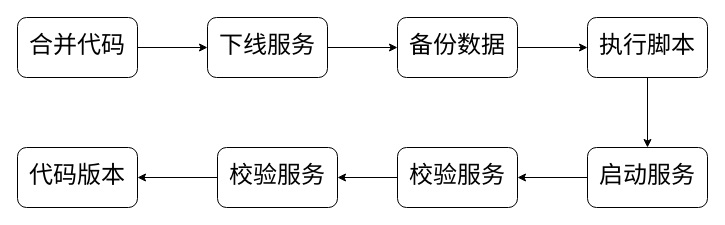
Earlier version of the draw.io diagram 未命名绘图.drawio (rockywade/draw). Source tidied: cells renumbered, new cells numbered last; positions are measured from the earlier drawing's top-left corner, leaving out a move shared by most shapes. Both pictures are drawn from the tidied source at 100%, with x=0, y=0 at pixel (17, 17).
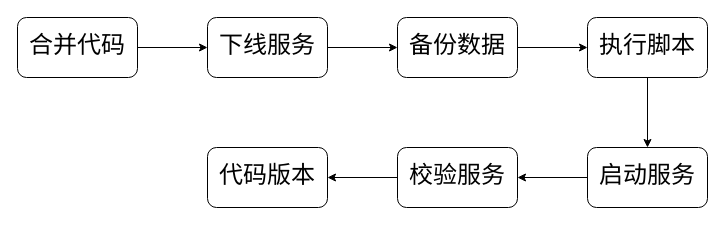
After the change.

Commit message (it also covers changes not shown here):
更新未命名绘图.drawio

Change to the diagram source:
```diff
@@
 <mxGraphModel>
   <root>
     <mxCell id="0" />
     <mxCell id="1" parent="0" />
     <mxCell id="2" style="edgeStyle=orthogonalEdgeStyle;rounded=0;jettySize=auto;html=1;exitX=1;exitY=0.5;exitDx=0;exitDy=0;entryX=0;entryY=0.5;entryDx=0;entryDy=0;fontFamily=Courier New;fontSize=24;" parent="1" edge="1" source="3" target="5">
       <mxGeometry relative="1" as="geometry" />
     </mxCell>
     <mxCell id="3" value="&lt;font style=&quot;font-size: 24px;&quot; face=&quot;Courier New&quot;&gt;合并代码&lt;/font&gt;" style="rounded=1;whiteSpace=wrap;html=1;" parent="1" vertex="1">
       <mxGeometry width="120" height="60" as="geometry" />
     </mxCell>
     <mxCell id="4" style="edgeStyle=orthogonalEdgeStyle;rounded=0;jettySize=auto;html=1;exitX=1;exitY=0.5;exitDx=0;exitDy=0;entryX=0;entryY=0.5;entryDx=0;entryDy=0;fontFamily=Courier New;fontSize=24;" parent="1" edge="1" source="5" target="7">
       <mxGeometry relative="1" as="geometry" />
     </mxCell>
     <mxCell id="5" value="&lt;font style=&quot;font-size: 24px;&quot; face=&quot;Courier New&quot;&gt;下线服务&lt;/font&gt;" style="rounded=1;whiteSpace=wrap;html=1;" parent="1" vertex="1">
       <mxGeometry x="190" width="120" height="60" as="geometry" />
     </mxCell>
     <mxCell id="6" style="edgeStyle=orthogonalEdgeStyle;rounded=0;jettySize=auto;html=1;exitX=1;exitY=0.5;exitDx=0;exitDy=0;entryX=0;entryY=0.5;entryDx=0;entryDy=0;fontFamily=Courier New;fontSize=24;" parent="1" edge="1" source="7" target="9">
       <mxGeometry relative="1" as="geometry" />
     </mxCell>
     <mxCell id="7" value="&lt;font style=&quot;font-size: 24px;&quot; face=&quot;Courier New&quot;&gt;备份数据&lt;/font&gt;" style="rounded=1;whiteSpace=wrap;html=1;" parent="1" vertex="1">
       <mxGeometry x="380" width="120" height="60" as="geometry" />
     </mxCell>
     <mxCell id="8" style="edgeStyle=orthogonalEdgeStyle;rounded=0;jettySize=auto;html=1;exitX=0.5;exitY=1;exitDx=0;exitDy=0;fontFamily=Courier New;fontSize=24;" parent="1" edge="1" source="9" target="11">
       <mxGeometry relative="1" as="geometry" />
     </mxCell>
     <mxCell id="9" value="&lt;font style=&quot;font-size: 24px;&quot; face=&quot;Courier New&quot;&gt;执行脚本&lt;/font&gt;" style="rounded=1;whiteSpace=wrap;html=1;" parent="1" vertex="1">
       <mxGeometry x="570" width="120" height="60" as="geometry" />
     </mxCell>
     <mxCell id="10" style="edgeStyle=orthogonalEdgeStyle;rounded=0;jettySize=auto;html=1;exitX=0;exitY=0.5;exitDx=0;exitDy=0;entryX=1;entryY=0.5;entryDx=0;entryDy=0;fontFamily=Courier New;fontSize=24;" parent="1" edge="1" source="11" target="13">
       <mxGeometry relative="1" as="geometry" />
     </mxCell>
     <mxCell id="11" value="&lt;font style=&quot;font-size: 24px;&quot; face=&quot;Courier New&quot;&gt;启动服务&lt;/font&gt;" style="rounded=1;whiteSpace=wrap;html=1;" parent="1" vertex="1">
       <mxGeometry x="570" y="130" width="120" height="60" as="geometry" />
     </mxCell>
     <mxCell id="12" style="edgeStyle=orthogonalEdgeStyle;rounded=0;jettySize=auto;html=1;exitX=0;exitY=0.5;exitDx=0;exitDy=0;entryX=1;entryY=0.5;entryDx=0;entryDy=0;fontFamily=Courier New;fontSize=24;" parent="1" edge="1" source="13" target="15">
       <mxGeometry relative="1" as="geometry" />
     </mxCell>
     <mxCell id="13" value="&lt;font face=&quot;Courier New&quot;&gt;&lt;span style=&quot;font-size: 24px;&quot;&gt;校验服务&lt;/span&gt;&lt;/font&gt;" style="rounded=1;whiteSpace=wrap;html=1;" parent="1" vertex="1">
       <mxGeometry x="380" y="130" width="120" height="60" as="geometry" />
     </mxCell>
-    <mxCell id="14" style="edgeStyle=orthogonalEdgeStyle;rounded=0;jettySize=auto;html=1;exitX=0;exitY=0.5;exitDx=0;exitDy=0;entryX=1;entryY=0.5;entryDx=0;entryDy=0;fontFamily=Courier New;fontSize=24;" parent="1" edge="1" source="15" target="16">
-      <mxGeometry relative="1" as="geometry" />
-    </mxCell>
-    <mxCell id="15" value="&lt;font face=&quot;Courier New&quot;&gt;&lt;span style=&quot;font-size: 24px;&quot;&gt;校验服务&lt;/span&gt;&lt;/font&gt;" style="rounded=1;whiteSpace=wrap;html=1;" parent="1" vertex="1">
-      <mxGeometry x="200" y="130" width="120" height="60" as="geometry" />
+    <mxCell id="15" value="&lt;span style=&quot;font-family: &amp;quot;Courier New&amp;quot;; font-size: 24px;&quot;&gt;代码版本&lt;/span&gt;" style="rounded=1;whiteSpace=wrap;html=1;" parent="1" vertex="1">
+      <mxGeometry x="190" y="130" width="120" height="60" as="geometry" />
     </mxCell>
-    <mxCell id="16" value="&lt;font face=&quot;Courier New&quot;&gt;&lt;span style=&quot;font-size: 24px;&quot;&gt;代码版本&lt;/span&gt;&lt;/font&gt;" style="rounded=1;whiteSpace=wrap;html=1;" parent="1" vertex="1">
-      <mxGeometry y="130" width="120" height="60" as="geometry" />
-    </mxCell>
   </root>
 </mxGraphModel>
```
